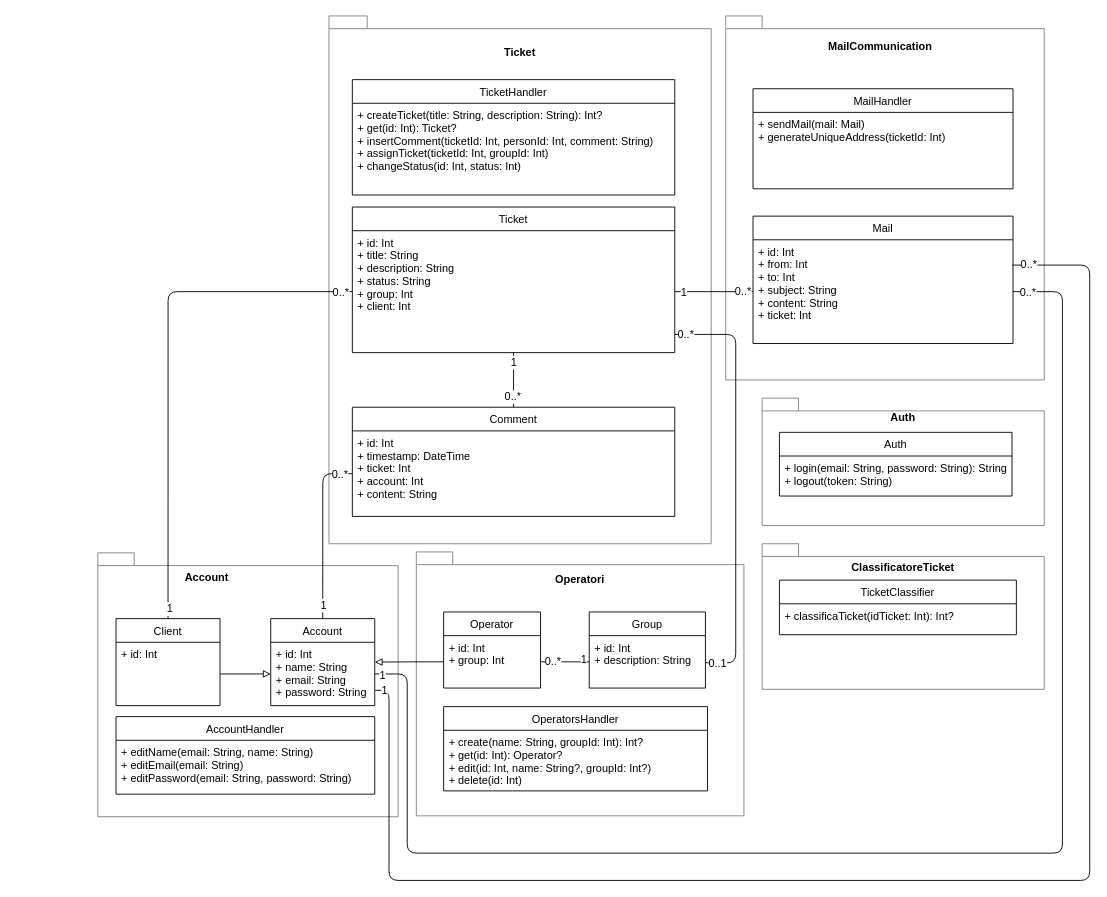
shxdow/aep keeps this draw.io diagram as page "Class" (5 of 5) of docs/diagrammi.drawio. Above is the earlier version. Source tidied: cells renumbered, new cells numbered last; positions are measured from the earlier drawing's top-left corner, leaving out a move shared by most shapes. Both pictures are drawn from the tidied source at 91%, with x=0, y=0 at pixel (15, 15).
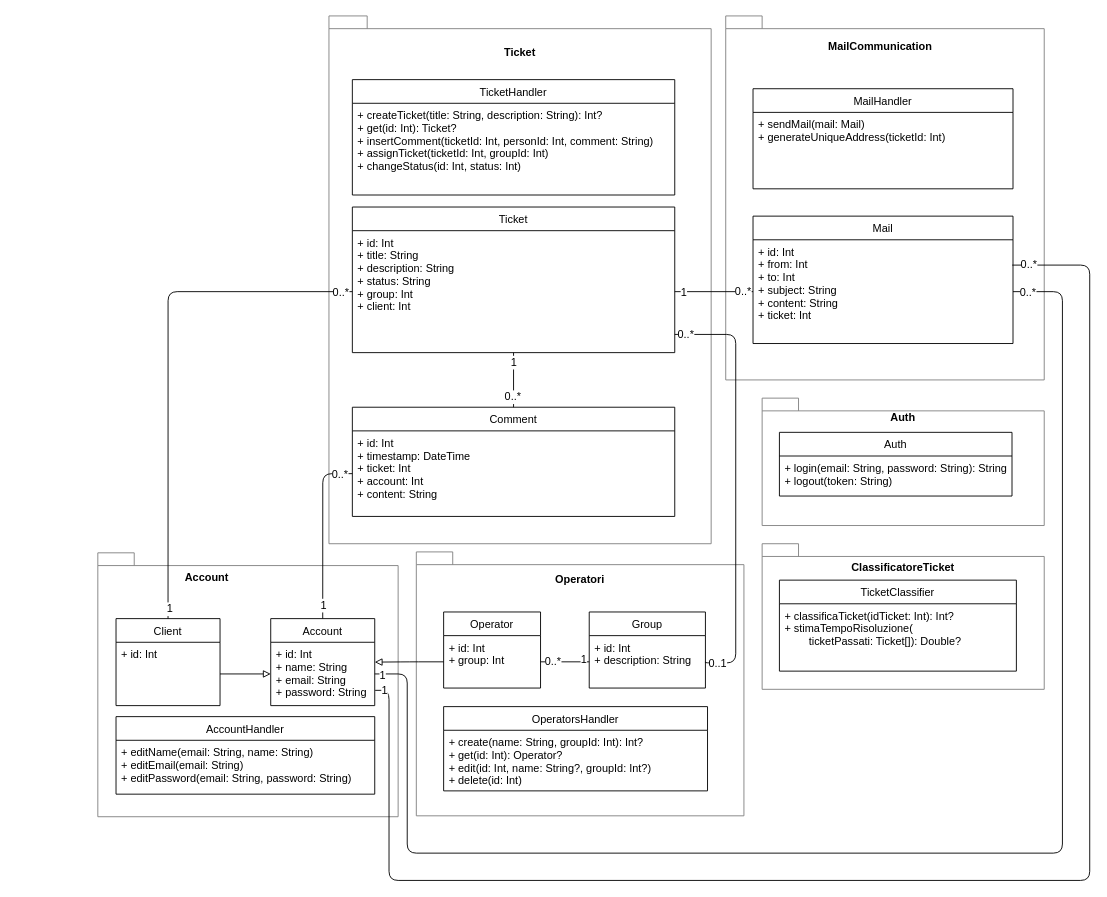
The same diagram, later.

The change refers to these unchanged cells:
```xml
<mxCell id="2" style="group;" parent="1" vertex="1">
  <mxGeometry x="820" y="580" width="310" height="160" as="geometry" />
</mxCell>
```

Change to the diagram source:
```diff
@@
     <mxCell id="5" value="TicketClassifier" style="swimlane;fontStyle=0;horizontal=1;startSize=26;fillColor=none;" parent="2" vertex="1">
-      <mxGeometry x="19" y="40" width="260.4" height="60" as="geometry" />
+      <mxGeometry x="19" y="40" width="260.4" height="100" as="geometry" />
     </mxCell>
-    <mxCell id="6" value="+ classificaTicket(idTicket: Int): Int?" style="text;strokeColor=none;fillColor=none;align=left;verticalAlign=top;spacingLeft=4;spacingRight=4;overflow=hidden;" parent="5" vertex="1">
-      <mxGeometry y="26" width="260.4" height="34" as="geometry" />
+    <mxCell id="6" value="+ classificaTicket(idTicket: Int): Int?&#10;+ stimaTempoRisoluzione(&#10;        ticketPassati: Ticket[]): Double?" style="text;strokeColor=none;fillColor=none;align=left;verticalAlign=top;spacingLeft=4;spacingRight=4;overflow=hidden;" parent="5" vertex="1">
+      <mxGeometry y="26" width="260.4" height="74" as="geometry" />
     </mxCell>
```
